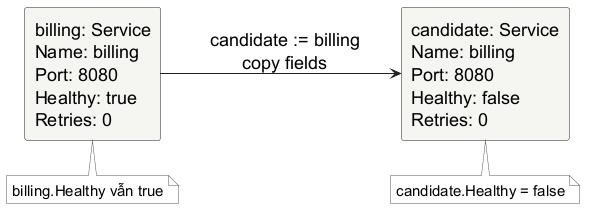
The PlantUML diagram assets/diagrams/struct-copy.png in Minhlike/Golang, before a commit. Source of this version:
```plantuml
@startuml
skinparam backgroundColor white
skinparam shadowing false
skinparam defaultFontName "Source Sans 3"
skinparam defaultFontSize 18
skinparam defaultFontColor #000000
skinparam rectangle {
  BackgroundColor #F5F5F2
  BorderColor #222222
  FontColor #000000
  RoundCorner 5
}
skinparam arrowColor #222222
skinparam note {
  BackgroundColor #FFFFFF
  BorderColor #555555
  FontColor #000000
  FontName "Source Sans 3"
  FontSize 15
}
left to right direction
rectangle "billing: Service\nName: billing\nPort: 8080\nHealthy: true\nRetries: 0" as original
rectangle "candidate: Service\nName: billing\nPort: 8080\nHealthy: false\nRetries: 0" as copy
original --> copy : candidate := billing\ncopy fields
note bottom of original : billing.Healthy vẫn true
note bottom of copy : candidate.Healthy = false
@enduml
```
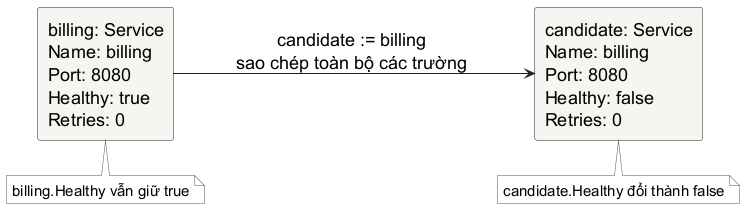
After the change.

The edit, as a diff of the source:
```diff
@@ -21,7 +21,7 @@
 left to right direction
 rectangle "billing: Service\nName: billing\nPort: 8080\nHealthy: true\nRetries: 0" as original
 rectangle "candidate: Service\nName: billing\nPort: 8080\nHealthy: false\nRetries: 0" as copy
-original --> copy : candidate := billing\ncopy fields
-note bottom of original : billing.Healthy vẫn true
-note bottom of copy : candidate.Healthy = false
+original --> copy : candidate := billing\nsao chép toàn bộ các trường
+note bottom of original : billing.Healthy vẫn giữ true
+note bottom of copy : candidate.Healthy đổi thành false
 @enduml
```
